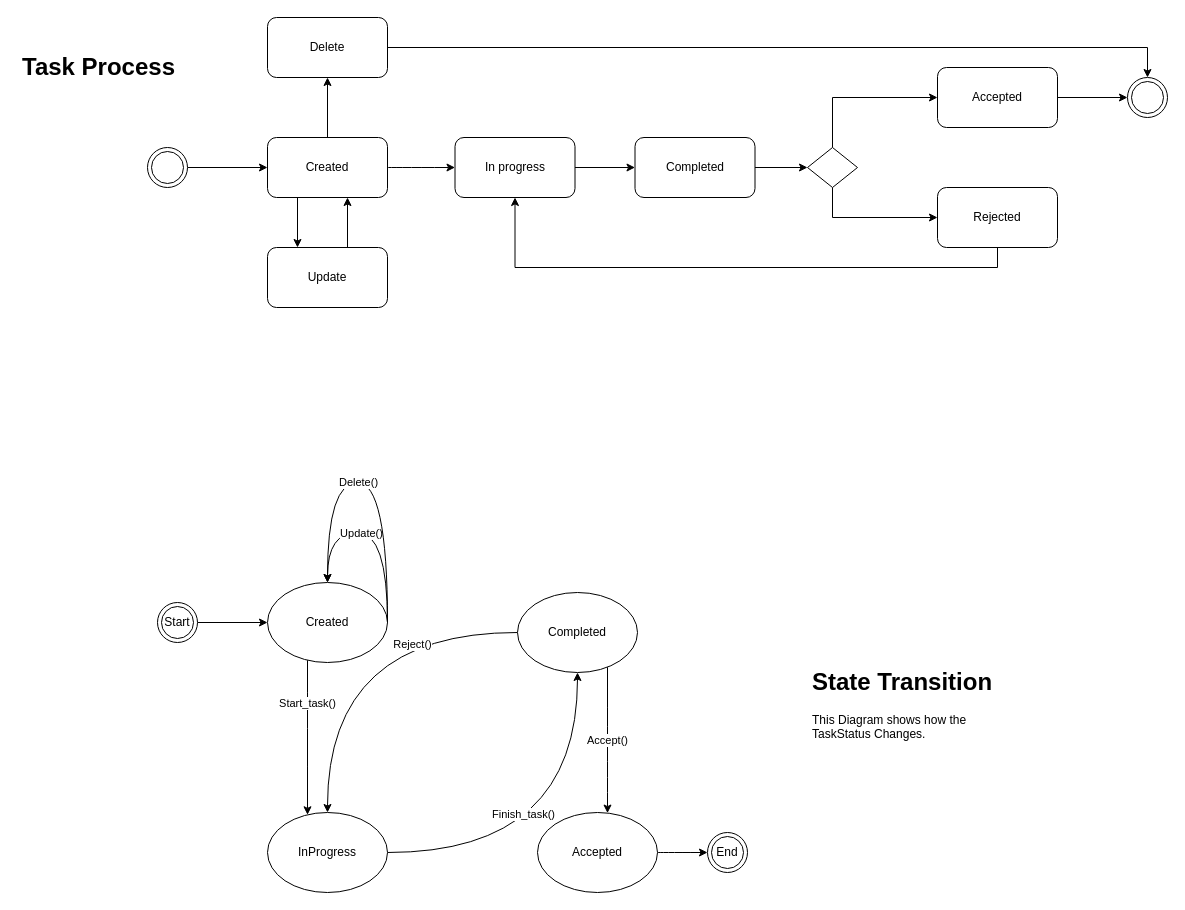
The draw.io diagram designs/architecture/ProcessDesign.drawio in UniversalDot/documents, before the edit. Source tidied: cells renumbered, new cells numbered last; positions are measured from the earlier drawing's top-left corner, leaving out a move shared by most shapes. Both pictures are drawn from the tidied source at 100%, with x=0, y=0 at pixel (17, 17).
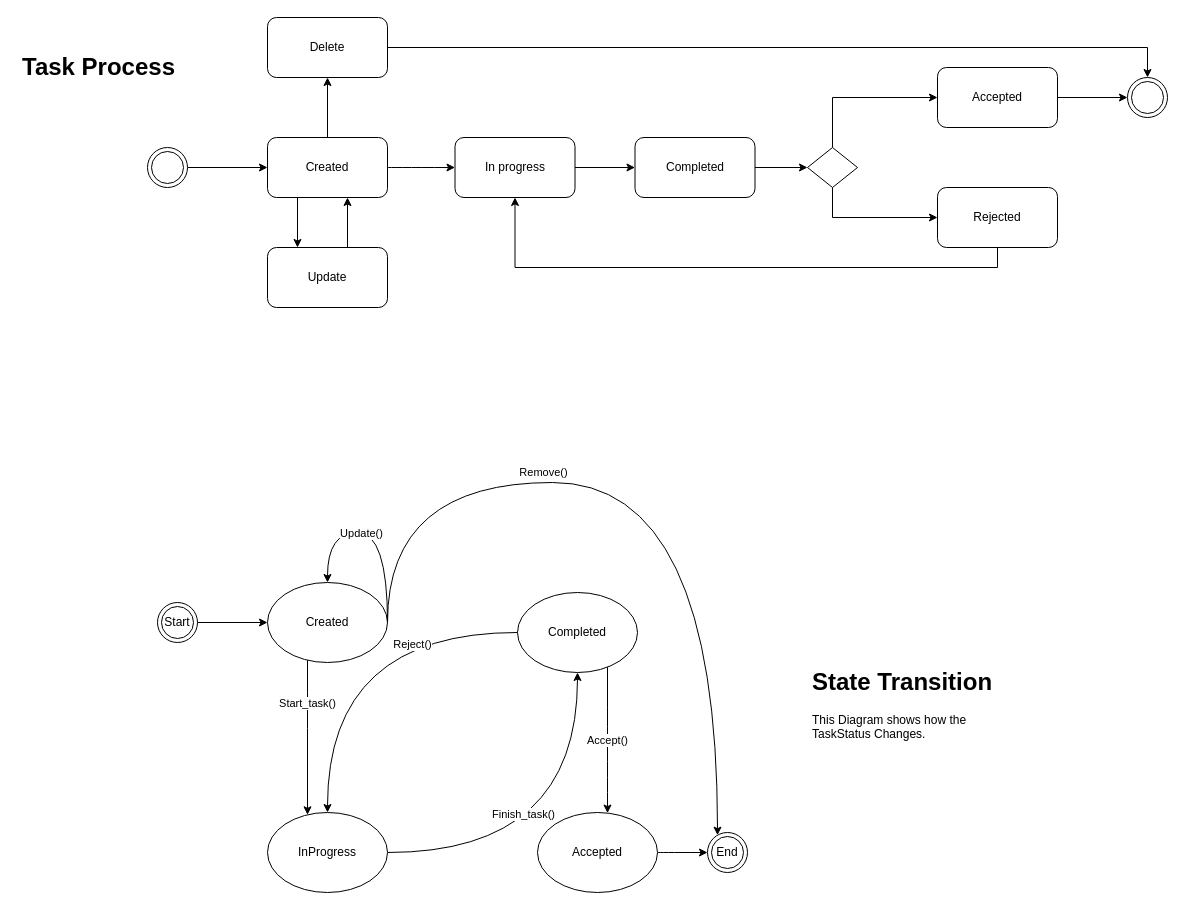
The same page after the edit.

The change refers to these unchanged cells:
```xml
<mxCell id="25" value="Created" style="ellipse;whiteSpace=wrap;html=1;" parent="1" vertex="1">
  <mxGeometry x="250" y="565" width="120" height="80" as="geometry" />
</mxCell>
<mxCell id="39" value="End" style="ellipse;shape=doubleEllipse;whiteSpace=wrap;html=1;" parent="1" vertex="1">
  <mxGeometry x="690" y="815" width="40" height="40" as="geometry" />
</mxCell>
```

Diff of the diagram source:
```diff
@@
-    <mxCell id="41" value="Delete()" style="edgeStyle=orthogonalEdgeStyle;rounded=0;jettySize=auto;html=1;curved=1;" parent="1" edge="1" target="25">
-      <mxGeometry x="0.13" relative="1" as="geometry">
+    <mxCell id="41" value="Remove()" style="edgeStyle=orthogonalEdgeStyle;rounded=0;jettySize=auto;html=1;curved=1;" parent="1" edge="1" target="39">
+      <mxGeometry x="-0.28" y="10" relative="1" as="geometry">
         <mxPoint x="370" y="605" as="sourcePoint" />
         <Array as="points">
           <mxPoint x="370" y="465" />
-          <mxPoint x="310" y="465" />
+          <mxPoint x="700" y="465" />
         </Array>
       </mxGeometry>
     </mxCell>
```
